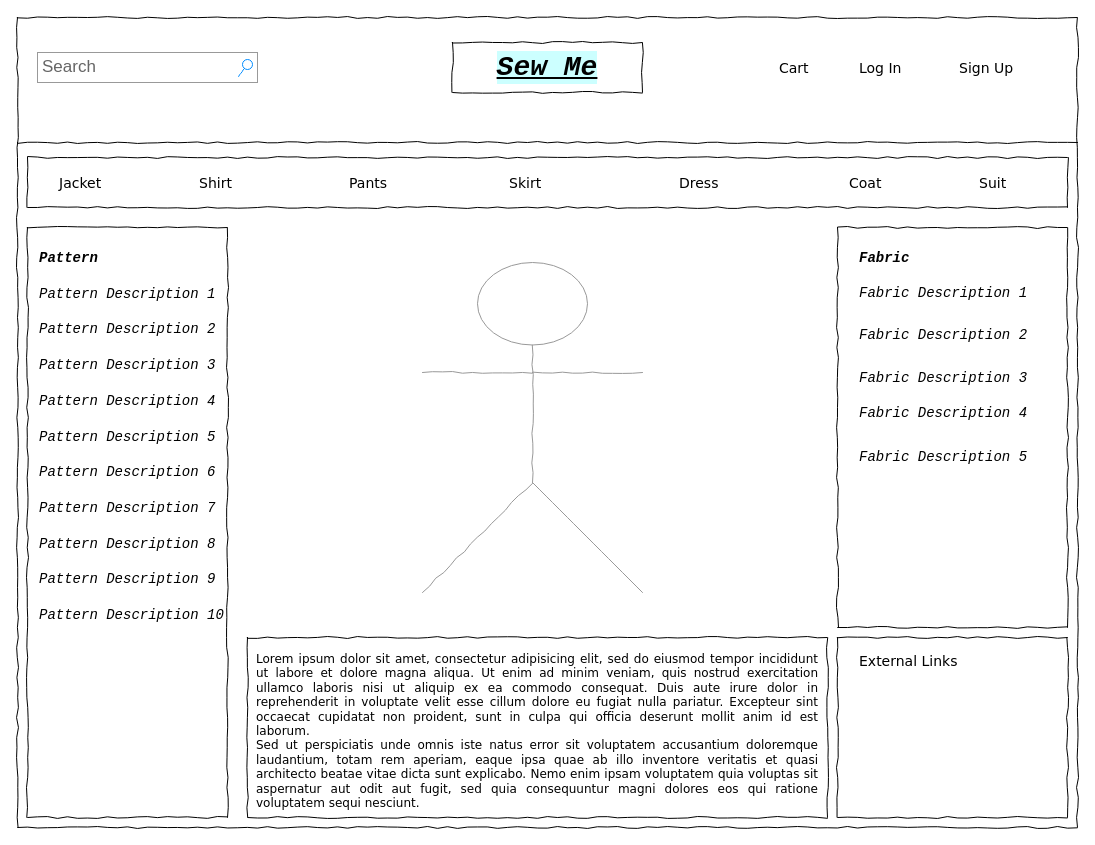
Earlier version of the draw.io diagram page "Tailor-Me" (2 of 2) of Untitled Diagram.drawio (Scain3/sew_me_capstone). Source tidied: cells renumbered, new cells numbered last; positions are measured from the earlier drawing's top-left corner, leaving out a move shared by most shapes. Both pictures are drawn from the tidied source at 100%, with x=0, y=0 at pixel (17, 17).
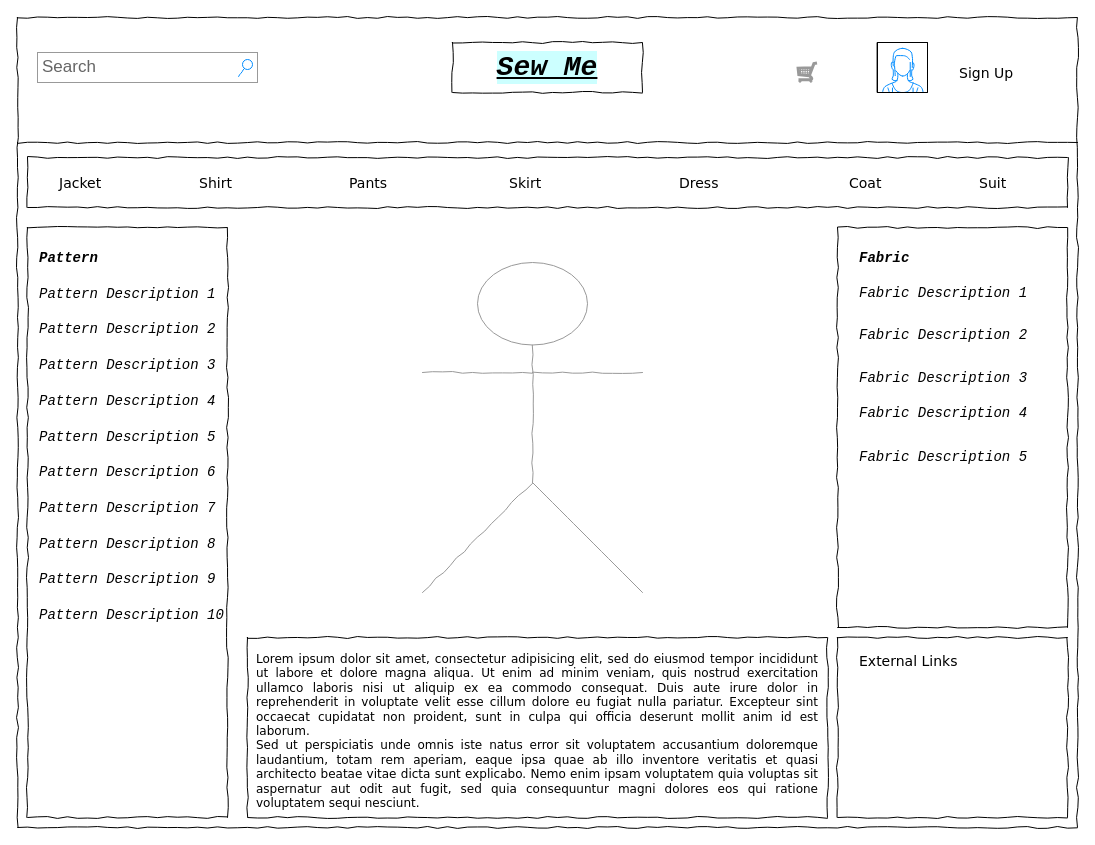
The same diagram, later.

Commit message:
Create Home page

What changed in the source:
```diff
@@
-    <mxCell id="5" value="Cart" style="text;html=1;align=left;verticalAlign=top;spacingTop=-4;fontSize=14;fontFamily=Verdana;" parent="1" vertex="1">
-      <mxGeometry x="760" y="40" width="60" height="20" as="geometry" />
-    </mxCell>
-    <mxCell id="6" value="Log In" style="text;html=1;align=left;verticalAlign=top;spacingTop=-4;fontSize=14;fontFamily=Verdana;" parent="1" vertex="1">
-      <mxGeometry x="840" y="40" width="60" height="20" as="geometry" />
-    </mxCell>
     <mxCell id="7" value="Sign Up" style="text;html=1;align=left;verticalAlign=top;spacingTop=-4;fontSize=14;fontFamily=Verdana;" parent="1" vertex="1">
-      <mxGeometry x="940" y="40" width="60" height="20" as="geometry" />
+      <mxGeometry x="940" y="45" width="60" height="20" as="geometry" />
     </mxCell>
@@
+    <mxCell id="40" style="verticalLabelPosition=bottom;shadow=0;dashed=0;align=center;html=1;verticalAlign=top;strokeWidth=1;shape=mxgraph.mockup.misc.shoppingCart;strokeColor=#999999;rounded=0;sketch=0;fillColor=#21C0A5;fontColor=#5C5C5C;" parent="1" vertex="1">
+      <mxGeometry x="780" y="45" width="20" height="20" as="geometry" />
+    </mxCell>
+    <mxCell id="41" style="verticalLabelPosition=bottom;shadow=0;dashed=0;align=center;html=1;verticalAlign=top;strokeWidth=1;shape=mxgraph.mockup.containers.userFemale;strokeColor2=#008cff;rounded=0;sketch=0;" parent="1" vertex="1">
+      <mxGeometry x="860" y="25" width="50" height="50" as="geometry" />
+    </mxCell>
```
